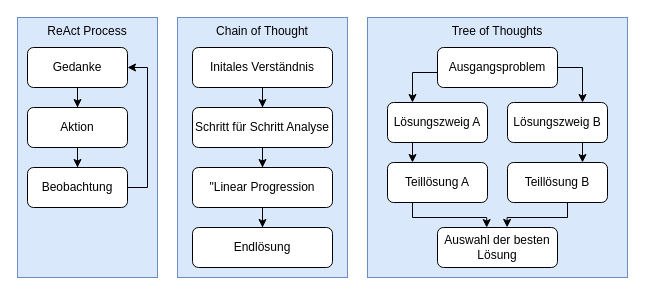
Before: Agenten_frameworks.drawio in blumjo99/MasterThesisDiagram, a draw.io diagram. Source tidied: cells renumbered, new cells numbered last; positions are measured from the earlier drawing's top-left corner, leaving out a move shared by most shapes. Both pictures are drawn from the tidied source at 100%, with x=0, y=0 at pixel (17, 17).
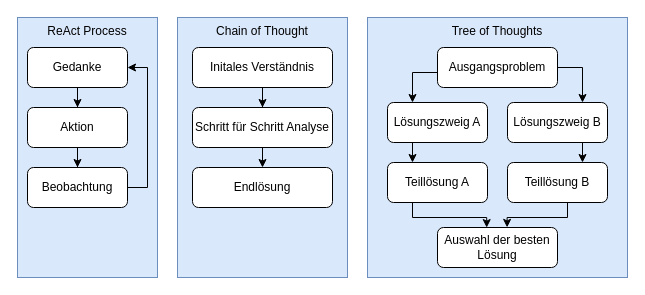
After the change.

Unchanged cells that the change refers to:
```xml
<mxCell id="15" value="Schritt für Schritt Analyse" style="rounded=1;whiteSpace=wrap;html=1;" parent="1" vertex="1">
  <mxGeometry x="175" y="90" width="140" height="40" as="geometry" />
</mxCell>
```

What changed in the source:
```diff
@@
     <mxCell id="11" value="Endlösung" style="rounded=1;whiteSpace=wrap;html=1;" parent="1" vertex="1">
-      <mxGeometry x="175" y="210" width="140" height="40" as="geometry" />
+      <mxGeometry x="175" y="150" width="140" height="40" as="geometry" />
     </mxCell>
@@
-    <mxCell id="14" style="edgeStyle=orthogonalEdgeStyle;rounded=0;jettySize=auto;html=1;" parent="1" edge="1" source="15" target="17">
-      <mxGeometry relative="1" as="geometry" />
+    <mxCell id="14" style="edgeStyle=orthogonalEdgeStyle;rounded=0;jettySize=auto;html=1;" parent="1" edge="1" source="15">
+      <mxGeometry relative="1" as="geometry">
+        <mxPoint x="245" y="150" as="targetPoint" />
+      </mxGeometry>
     </mxCell>
@@
-    <mxCell id="16" style="edgeStyle=orthogonalEdgeStyle;rounded=0;jettySize=auto;html=1;entryX=0.5;entryY=0;entryDx=0;entryDy=0;" parent="1" edge="1" source="17" target="11">
-      <mxGeometry relative="1" as="geometry" />
-    </mxCell>
-    <mxCell id="17" value="&quot;Linear Progression" style="rounded=1;whiteSpace=wrap;html=1;" parent="1" vertex="1">
-      <mxGeometry x="175" y="150" width="140" height="40" as="geometry" />
-    </mxCell>
```
